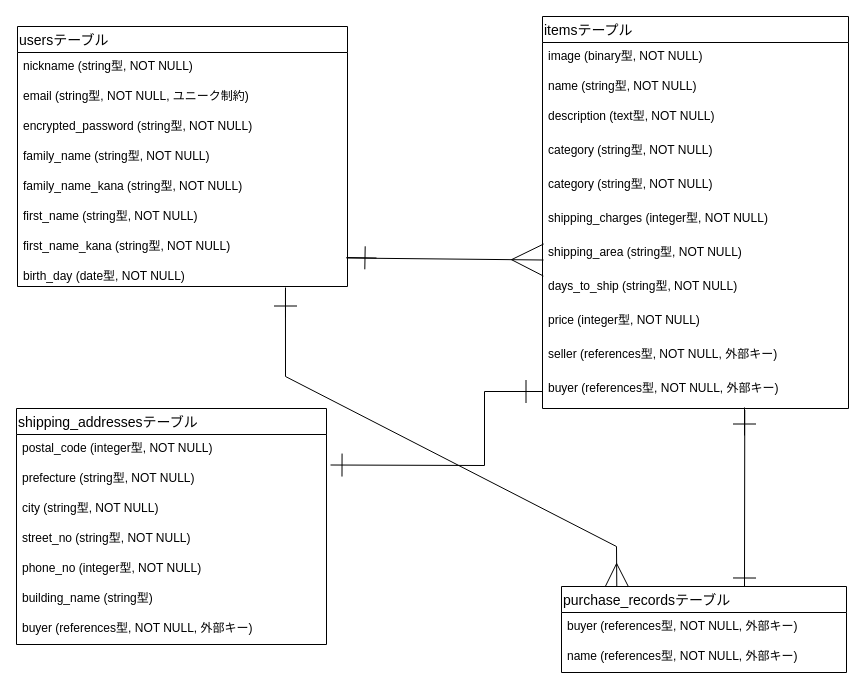
Before: ntt.dio in DrizzleMoelay/furima-38099, a draw.io diagram. Source tidied: cells renumbered, new cells numbered last; positions are measured from the earlier drawing's top-left corner, leaving out a move shared by most shapes. Both pictures are drawn from the tidied source at 100%, with x=0, y=0 at pixel (16, 16).
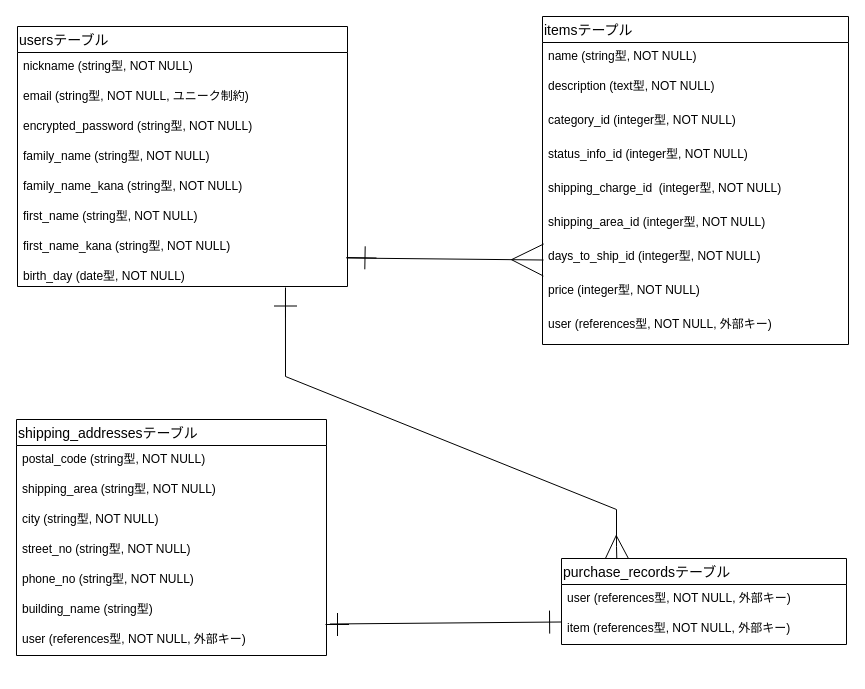
Above is the later version.

Unchanged cells that the change refers to:
```xml
<mxCell id="12" value="birth_day (date型, NOT NULL)" style="text;strokeColor=none;fillColor=none;spacingLeft=4;spacingRight=4;overflow=hidden;points=[[0,0.5],[1,0.5]];portConstraint=eastwest;fontSize=12;" parent="4" vertex="1">
  <mxGeometry y="236" width="330" height="24" as="geometry" />
</mxCell>
```

Diff of the diagram source:
```diff
@@
     <mxCell id="2" style="edgeStyle=none;rounded=0;html=1;endArrow=ERmany;endFill=0;startSize=16;endSize=21;sourcePerimeterSpacing=0;targetPerimeterSpacing=0;strokeWidth=1;exitX=0.812;exitY=1.146;exitDx=0;exitDy=0;exitPerimeter=0;entryX=0.194;entryY=0;entryDx=0;entryDy=0;entryPerimeter=0;" parent="1" edge="1" source="12" target="35">
       <mxGeometry relative="1" as="geometry">
         <Array as="points">
           <mxPoint x="269" y="360" />
+          <mxPoint x="600" y="493" />
           <mxPoint x="600" y="530" />
         </Array>
       </mxGeometry>
     </mxCell>
@@
-    <mxCell id="13" style="edgeStyle=none;rounded=0;html=1;endArrow=ERone;endFill=0;startSize=16;endSize=21;sourcePerimeterSpacing=0;targetPerimeterSpacing=0;strokeWidth=1;exitX=0.661;exitY=1.044;exitDx=0;exitDy=0;exitPerimeter=0;" parent="1" edge="1" source="26">
-      <mxGeometry relative="1" as="geometry">
-        <mxPoint x="728" y="573" as="targetPoint" />
-      </mxGeometry>
-    </mxCell>
-    <mxCell id="14" style="edgeStyle=none;rounded=0;html=1;endArrow=ERone;endFill=0;startSize=16;endSize=21;sourcePerimeterSpacing=0;targetPerimeterSpacing=0;strokeWidth=1;" parent="1" edge="1">
-      <mxGeometry relative="1" as="geometry">
-        <mxPoint x="728" y="391" as="sourcePoint" />
-        <mxPoint x="728" y="419" as="targetPoint" />
-      </mxGeometry>
-    </mxCell>
     <mxCell id="15" value="itemsテープル" style="swimlane;fontStyle=0;horizontal=1;startSize=26;align=left;fontSize=14;labelBackgroundColor=default;" parent="1" vertex="1">
-      <mxGeometry x="526" width="306" height="392" as="geometry" />
+      <mxGeometry x="526" width="306" height="328" as="geometry" />
     </mxCell>
-    <mxCell id="16" value="image (binary型, NOT NULL)" style="text;strokeColor=none;fillColor=none;spacingLeft=4;spacingRight=4;overflow=hidden;fontSize=12;" parent="15" vertex="1">
-      <mxGeometry y="26" width="306" height="30" as="geometry" />
-    </mxCell>
     <mxCell id="17" value="name (string型, NOT NULL)" style="text;strokeColor=none;fillColor=none;spacingLeft=4;spacingRight=4;overflow=hidden;fontSize=12;" parent="15" vertex="1">
-      <mxGeometry y="56" width="306" height="30" as="geometry" />
+      <mxGeometry y="26" width="306" height="30" as="geometry" />
     </mxCell>
     <mxCell id="18" value="description (text型, NOT NULL)" style="text;strokeColor=none;fillColor=none;spacingLeft=4;spacingRight=4;overflow=hidden;fontSize=12;labelBackgroundColor=none;" parent="15" vertex="1">
-      <mxGeometry y="86" width="306" height="34" as="geometry" />
+      <mxGeometry y="56" width="306" height="34" as="geometry" />
     </mxCell>
-    <mxCell id="19" value="category (string型, NOT NULL)" style="text;strokeColor=none;fillColor=none;spacingLeft=4;spacingRight=4;overflow=hidden;fontSize=12;labelBackgroundColor=none;" parent="15" vertex="1">
-      <mxGeometry y="120" width="306" height="34" as="geometry" />
+    <mxCell id="19" value="category_id (integer型, NOT NULL)" style="text;strokeColor=none;fillColor=none;spacingLeft=4;spacingRight=4;overflow=hidden;fontSize=12;labelBackgroundColor=none;" parent="15" vertex="1">
+      <mxGeometry y="90" width="306" height="34" as="geometry" />
     </mxCell>
-    <mxCell id="20" value="category (string型, NOT NULL)" style="text;strokeColor=none;fillColor=none;spacingLeft=4;spacingRight=4;overflow=hidden;fontSize=12;labelBackgroundColor=none;" parent="15" vertex="1">
-      <mxGeometry y="154" width="306" height="34" as="geometry" />
+    <mxCell id="20" value="status_info_id (integer型, NOT NULL)" style="text;strokeColor=none;fillColor=none;spacingLeft=4;spacingRight=4;overflow=hidden;fontSize=12;labelBackgroundColor=none;" parent="15" vertex="1">
+      <mxGeometry y="124" width="306" height="34" as="geometry" />
     </mxCell>
-    <mxCell id="21" value="shipping_charges (integer型, NOT NULL)" style="text;strokeColor=none;fillColor=none;spacingLeft=4;spacingRight=4;overflow=hidden;fontSize=12;" parent="15" vertex="1">
-      <mxGeometry y="188" width="306" height="34" as="geometry" />
+    <mxCell id="21" value="shipping_charge_id  (integer型, NOT NULL)" style="text;strokeColor=none;fillColor=none;spacingLeft=4;spacingRight=4;overflow=hidden;fontSize=12;" parent="15" vertex="1">
+      <mxGeometry y="158" width="306" height="34" as="geometry" />
     </mxCell>
-    <mxCell id="22" value="shipping_area (string型, NOT NULL)" style="text;strokeColor=none;fillColor=none;spacingLeft=4;spacingRight=4;overflow=hidden;fontSize=12;" parent="15" vertex="1">
-      <mxGeometry y="222" width="306" height="34" as="geometry" />
+    <mxCell id="22" value="shipping_area_id (integer型, NOT NULL)" style="text;strokeColor=none;fillColor=none;spacingLeft=4;spacingRight=4;overflow=hidden;fontSize=12;" parent="15" vertex="1">
+      <mxGeometry y="192" width="306" height="34" as="geometry" />
     </mxCell>
-    <mxCell id="23" value="days_to_ship (string型, NOT NULL)" style="text;strokeColor=none;fillColor=none;spacingLeft=4;spacingRight=4;overflow=hidden;fontSize=12;" parent="15" vertex="1">
-      <mxGeometry y="256" width="306" height="34" as="geometry" />
+    <mxCell id="23" value="days_to_ship_id (integer型, NOT NULL)" style="text;strokeColor=none;fillColor=none;spacingLeft=4;spacingRight=4;overflow=hidden;fontSize=12;" parent="15" vertex="1">
+      <mxGeometry y="226" width="306" height="34" as="geometry" />
     </mxCell>
     <mxCell id="24" value="price (integer型, NOT NULL)" style="text;strokeColor=none;fillColor=none;spacingLeft=4;spacingRight=4;overflow=hidden;fontSize=12;" parent="15" vertex="1">
-      <mxGeometry y="290" width="306" height="34" as="geometry" />
+      <mxGeometry y="260" width="306" height="34" as="geometry" />
     </mxCell>
-    <mxCell id="25" value="seller (references型, NOT NULL, 外部キー)" style="text;strokeColor=none;fillColor=none;spacingLeft=4;spacingRight=4;overflow=hidden;fontSize=12;" parent="15" vertex="1">
-      <mxGeometry y="324" width="306" height="34" as="geometry" />
+    <mxCell id="25" value="user (references型, NOT NULL, 外部キー)" style="text;strokeColor=none;fillColor=none;spacingLeft=4;spacingRight=4;overflow=hidden;fontSize=12;" parent="15" vertex="1">
+      <mxGeometry y="294" width="306" height="34" as="geometry" />
     </mxCell>
-    <mxCell id="26" value="buyer (references型, NOT NULL, 外部キー)" style="text;strokeColor=none;fillColor=none;spacingLeft=4;spacingRight=4;overflow=hidden;points=[[0,0.5],[1,0.5]];portConstraint=eastwest;fontSize=12;" parent="15" vertex="1">
-      <mxGeometry y="358" width="306" height="34" as="geometry" />
-    </mxCell>
     <mxCell id="27" value="shipping_addressesテーブル" style="swimlane;fontStyle=0;horizontal=1;startSize=26;align=left;fontSize=14;" parent="1" vertex="1">
-      <mxGeometry y="392" width="310" height="236" as="geometry" />
+      <mxGeometry y="403" width="310" height="236" as="geometry" />
     </mxCell>
-    <mxCell id="28" value="postal_code (integer型, NOT NULL)" style="text;strokeColor=none;fillColor=none;spacingLeft=4;spacingRight=4;overflow=hidden;fontSize=12;" parent="27" vertex="1">
+    <mxCell id="28" value="postal_code (string型, NOT NULL)" style="text;strokeColor=none;fillColor=none;spacingLeft=4;spacingRight=4;overflow=hidden;fontSize=12;" parent="27" vertex="1">
       <mxGeometry y="26" width="310" height="30" as="geometry" />
     </mxCell>
-    <mxCell id="29" value="prefecture (string型, NOT NULL)" style="text;strokeColor=none;fillColor=none;spacingLeft=4;spacingRight=4;overflow=hidden;points=[[0,0.5],[1,0.5]];portConstraint=eastwest;fontSize=12;" parent="27" vertex="1">
+    <mxCell id="29" value="shipping_area (string型, NOT NULL)" style="text;strokeColor=none;fillColor=none;spacingLeft=4;spacingRight=4;overflow=hidden;points=[[0,0.5],[1,0.5]];portConstraint=eastwest;fontSize=12;" parent="27" vertex="1">
       <mxGeometry y="56" width="310" height="30" as="geometry" />
     </mxCell>
@@
-    <mxCell id="32" value="phone_no (integer型, NOT NULL)" style="text;strokeColor=none;fillColor=none;spacingLeft=4;spacingRight=4;overflow=hidden;fontSize=12;" parent="27" vertex="1">
+    <mxCell id="32" value="phone_no (string型, NOT NULL)" style="text;strokeColor=none;fillColor=none;spacingLeft=4;spacingRight=4;overflow=hidden;fontSize=12;" parent="27" vertex="1">
       <mxGeometry y="146" width="310" height="30" as="geometry" />
     </mxCell>
@@
-    <mxCell id="34" value="buyer (references型, NOT NULL, 外部キー)" style="text;strokeColor=none;fillColor=none;spacingLeft=4;spacingRight=4;overflow=hidden;points=[[0,0.5],[1,0.5]];portConstraint=eastwest;fontSize=12;" parent="27" vertex="1">
+    <mxCell id="34" value="user (references型, NOT NULL, 外部キー)" style="text;strokeColor=none;fillColor=none;spacingLeft=4;spacingRight=4;overflow=hidden;points=[[0,0.5],[1,0.5]];portConstraint=eastwest;fontSize=12;" parent="27" vertex="1">
       <mxGeometry y="206" width="310" height="30" as="geometry" />
     </mxCell>
     <mxCell id="35" value="purchase_recordsテーブル" style="swimlane;fontStyle=0;horizontal=1;startSize=26;align=left;fontSize=14;" parent="1" vertex="1">
-      <mxGeometry x="545" y="570" width="285" height="86" as="geometry" />
+      <mxGeometry x="545" y="542" width="285" height="86" as="geometry" />
     </mxCell>
-    <mxCell id="36" value="buyer (references型, NOT NULL, 外部キー)" style="text;strokeColor=none;fillColor=none;spacingLeft=4;spacingRight=4;overflow=hidden;fontSize=12;" parent="35" vertex="1">
+    <mxCell id="36" value="user (references型, NOT NULL, 外部キー)" style="text;strokeColor=none;fillColor=none;spacingLeft=4;spacingRight=4;overflow=hidden;fontSize=12;" parent="35" vertex="1">
       <mxGeometry y="26" width="285" height="30" as="geometry" />
     </mxCell>
-    <mxCell id="37" value="name (references型, NOT NULL, 外部キー)" style="text;strokeColor=none;fillColor=none;spacingLeft=4;spacingRight=4;overflow=hidden;fontSize=12;" parent="35" vertex="1">
+    <mxCell id="37" value="item (references型, NOT NULL, 外部キー)" style="text;strokeColor=none;fillColor=none;spacingLeft=4;spacingRight=4;overflow=hidden;fontSize=12;" parent="35" vertex="1">
       <mxGeometry y="56" width="285" height="30" as="geometry" />
     </mxCell>
@@
-    <mxCell id="39" style="edgeStyle=none;rounded=0;html=1;endArrow=ERone;endFill=0;startSize=16;endSize=21;sourcePerimeterSpacing=0;strokeWidth=1;entryX=1.013;entryY=0.017;entryDx=0;entryDy=0;entryPerimeter=0;targetPerimeterSpacing=0;" parent="1" edge="1" source="26" target="29">
-      <mxGeometry relative="1" as="geometry">
-        <Array as="points">
-          <mxPoint x="468" y="375" />
-          <mxPoint x="468" y="449" />
-        </Array>
-      </mxGeometry>
-    </mxCell>
-    <mxCell id="40" style="edgeStyle=none;rounded=0;html=1;endArrow=ERone;endFill=0;startSize=16;endSize=21;sourcePerimeterSpacing=0;strokeWidth=1;" parent="1" edge="1" source="26">
-      <mxGeometry relative="1" as="geometry">
-        <mxPoint x="498" y="375" as="targetPoint" />
-      </mxGeometry>
-    </mxCell>
@@
+    <mxCell id="42" style="edgeStyle=none;rounded=0;html=1;fontColor=#F0F0F0;endArrow=ERone;endFill=0;startSize=16;endSize=21;sourcePerimeterSpacing=0;targetPerimeterSpacing=0;strokeWidth=1;entryX=-0.012;entryY=0.25;entryDx=0;entryDy=0;entryPerimeter=0;exitX=1.011;exitY=-0.05;exitDx=0;exitDy=0;exitPerimeter=0;" parent="1" edge="1" source="34">
+      <mxGeometry relative="1" as="geometry">
+        <mxPoint x="544.6" y="605.5" as="targetPoint" />
+      </mxGeometry>
+    </mxCell>
+    <mxCell id="43" style="edgeStyle=none;rounded=0;html=1;fontColor=#F0F0F0;endArrow=ERone;endFill=0;startSize=16;endSize=21;sourcePerimeterSpacing=0;targetPerimeterSpacing=0;strokeWidth=1;" parent="1" edge="1">
+      <mxGeometry relative="1" as="geometry">
+        <mxPoint x="309" y="608" as="sourcePoint" />
+        <mxPoint x="332.5" y="608" as="targetPoint" />
+      </mxGeometry>
+    </mxCell>
```
